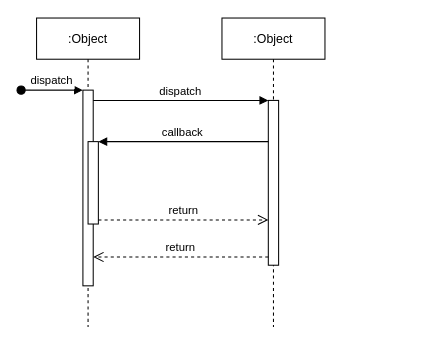
This is Untitled Diagram.drawio from KongValley/Bilibili-desc, a draw.io file, before an edit. Source tidied: cells renumbered, new cells numbered last; positions are measured from the earlier drawing's top-left corner, leaving out a move shared by most shapes. Both pictures are drawn from the tidied source at 103%, with x=0, y=0 at pixel (21, 18).
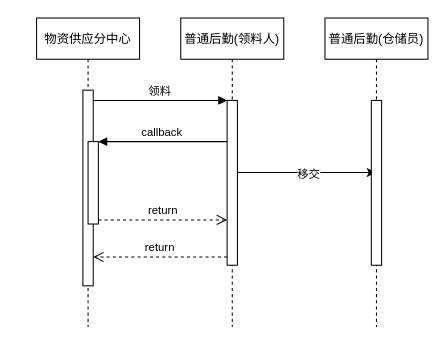
After the change.

The edit, as a diff of the source:
```diff
@@
 <mxGraphModel>
   <root>
     <mxCell id="0" />
     <mxCell id="1" parent="0" />
-    <mxCell id="2" value=":Object" style="shape=umlLifeline;perimeter=lifelinePerimeter;rounded=0;shadow=0;strokeWidth=1;" parent="1" vertex="1">
+    <mxCell id="2" value="物资供应分中心" style="shape=umlLifeline;perimeter=lifelinePerimeter;rounded=0;shadow=0;strokeWidth=1;" parent="1" vertex="1">
       <mxGeometry x="15" width="100" height="300" as="geometry" />
     </mxCell>
     <mxCell id="3" style="points=[];perimeter=orthogonalPerimeter;rounded=0;shadow=0;strokeWidth=1;" parent="2" vertex="1">
       <mxGeometry x="45" y="70" width="10" height="190" as="geometry" />
     </mxCell>
-    <mxCell id="4" value="dispatch" style="verticalAlign=bottom;startArrow=oval;endArrow=block;startSize=8;shadow=0;strokeWidth=1;" parent="2" edge="1" target="3">
-      <mxGeometry relative="1" as="geometry">
-        <mxPoint x="-15" y="70" as="sourcePoint" />
-      </mxGeometry>
-    </mxCell>
     <mxCell id="5" style="points=[];perimeter=orthogonalPerimeter;rounded=0;shadow=0;strokeWidth=1;" parent="2" vertex="1">
       <mxGeometry x="50" y="120" width="10" height="80" as="geometry" />
     </mxCell>
+    <mxCell id="12" style="edgeStyle=orthogonalEdgeStyle;rounded=0;jettySize=auto;html=1;" parent="1" edge="1" source="6" target="14">
+      <mxGeometry relative="1" as="geometry" />
+    </mxCell>
+    <mxCell id="13" value="移交" style="edgeLabel;html=1;align=center;verticalAlign=middle;" parent="12" vertex="1">
+      <mxGeometry x="0.26" y="-1" relative="1" as="geometry">
+        <mxPoint x="-14" as="offset" />
+      </mxGeometry>
+    </mxCell>
-    <mxCell id="6" value=":Object" style="shape=umlLifeline;perimeter=lifelinePerimeter;rounded=0;shadow=0;strokeWidth=1;" parent="1" vertex="1">
-      <mxGeometry x="195" width="100" height="300" as="geometry" />
+    <mxCell id="6" value="普通后勤(领料人)" style="shape=umlLifeline;perimeter=lifelinePerimeter;rounded=0;shadow=0;strokeWidth=1;" parent="1" vertex="1">
+      <mxGeometry x="155" width="100" height="300" as="geometry" />
     </mxCell>
     <mxCell id="7" style="points=[];perimeter=orthogonalPerimeter;rounded=0;shadow=0;strokeWidth=1;" parent="6" vertex="1">
       <mxGeometry x="45" y="80" width="10" height="160" as="geometry" />
     </mxCell>
     <mxCell id="8" value="return" style="verticalAlign=bottom;endArrow=open;dashed=1;endSize=8;exitX=0;exitY=0.95;shadow=0;strokeWidth=1;" parent="1" edge="1" source="7" target="3">
       <mxGeometry relative="1" as="geometry" />
     </mxCell>
-    <mxCell id="9" value="dispatch" style="verticalAlign=bottom;endArrow=block;entryX=0;entryY=0;shadow=0;strokeWidth=1;" parent="1" edge="1" source="3" target="7">
+    <mxCell id="9" value="领料" style="verticalAlign=bottom;endArrow=block;entryX=0;entryY=0;shadow=0;strokeWidth=1;" parent="1" edge="1" source="3" target="7">
       <mxGeometry relative="1" as="geometry" />
     </mxCell>
     <mxCell id="10" value="callback" style="verticalAlign=bottom;endArrow=block;entryX=1;entryY=0;shadow=0;strokeWidth=1;" parent="1" edge="1" source="7" target="5">
       <mxGeometry relative="1" as="geometry" />
     </mxCell>
     <mxCell id="11" value="return" style="verticalAlign=bottom;endArrow=open;dashed=1;endSize=8;exitX=1;exitY=0.95;shadow=0;strokeWidth=1;" parent="1" edge="1" source="5" target="7">
       <mxGeometry relative="1" as="geometry" />
     </mxCell>
+    <mxCell id="14" value="普通后勤(仓储员)" style="shape=umlLifeline;perimeter=lifelinePerimeter;rounded=0;shadow=0;strokeWidth=1;" parent="1" vertex="1">
+      <mxGeometry x="295" width="100" height="300" as="geometry" />
+    </mxCell>
+    <mxCell id="15" style="perimeter=orthogonalPerimeter;rounded=0;shadow=0;strokeWidth=1;" parent="14" vertex="1">
+      <mxGeometry x="45" y="80" width="10" height="160" as="geometry" />
+    </mxCell>
   </root>
 </mxGraphModel>
```
